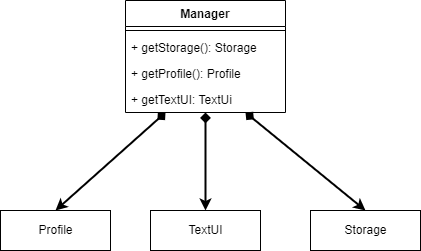
This is docs/images/developerguide/ManagerComponent.drawio.png from nus-cs2113-AY2122S2/tp, a draw.io export, as it was before one commit. Source tidied: cells renumbered, new cells last; positions are measured from the earlier drawing's top-left corner, leaving out a move shared by most shapes. The source it was exported from:
```xml
<mxGraphModel>
  <root>
    <mxCell id="0" />
    <mxCell id="1" parent="0" />
    <mxCell id="2" value="Profile" style="html=1;" parent="1" vertex="1">
      <mxGeometry y="210" width="110" height="40" as="geometry" />
    </mxCell>
    <mxCell id="3" value="TextUI" style="html=1;" parent="1" vertex="1">
      <mxGeometry x="150" y="210" width="110" height="40" as="geometry" />
    </mxCell>
    <mxCell id="4" value="Storage" style="html=1;" parent="1" vertex="1">
      <mxGeometry x="310" y="210" width="110" height="40" as="geometry" />
    </mxCell>
    <mxCell id="5" style="endArrow=diamond;startArrow=classic;html=1;rounded=0;strokeWidth=2;startFill=1;endFill=1;exitX=0.5;exitY=0;exitDx=0;exitDy=0;entryX=0.25;entryY=1;entryDx=0;entryDy=0;" parent="1" edge="1" source="2" target="8">
      <mxGeometry relative="1" as="geometry" />
    </mxCell>
    <mxCell id="6" style="endArrow=diamond;startArrow=classic;html=1;rounded=0;strokeWidth=2;startFill=1;endFill=1;exitX=0.5;exitY=0;exitDx=0;exitDy=0;entryX=0.5;entryY=1;entryDx=0;entryDy=0;" parent="1" edge="1" source="3" target="8">
      <mxGeometry relative="1" as="geometry" />
    </mxCell>
    <mxCell id="7" style="endArrow=diamond;startArrow=classic;html=1;rounded=0;strokeWidth=2;startFill=1;endFill=1;exitX=0.5;exitY=0;exitDx=0;exitDy=0;entryX=0.75;entryY=1;entryDx=0;entryDy=0;" parent="1" edge="1" source="4" target="8">
      <mxGeometry relative="1" as="geometry" />
    </mxCell>
    <mxCell id="8" value="Manager" style="swimlane;fontStyle=1;align=center;verticalAlign=top;horizontal=1;startSize=26;" parent="1" vertex="1">
      <mxGeometry x="125" width="160" height="112" as="geometry" />
    </mxCell>
    <mxCell id="9" style="line;strokeWidth=1;fillColor=none;align=left;verticalAlign=middle;spacingTop=-1;spacingLeft=3;spacingRight=3;labelPosition=right;" parent="8" vertex="1">
      <mxGeometry y="26" width="160" height="8" as="geometry" />
    </mxCell>
    <mxCell id="10" value="+ getStorage(): Storage" style="text;strokeColor=none;fillColor=none;align=left;verticalAlign=top;spacingLeft=4;spacingRight=4;overflow=hidden;points=[[0,0.5],[1,0.5]];portConstraint=eastwest;" parent="8" vertex="1">
      <mxGeometry y="34" width="160" height="26" as="geometry" />
    </mxCell>
    <mxCell id="11" value="+ getProfile(): Profile " style="text;strokeColor=none;fillColor=none;align=left;verticalAlign=top;spacingLeft=4;spacingRight=4;overflow=hidden;" parent="8" vertex="1">
      <mxGeometry y="60" width="160" height="26" as="geometry" />
    </mxCell>
    <mxCell id="12" value="+ getTextUI: TextUi" style="text;strokeColor=none;fillColor=none;align=left;verticalAlign=top;spacingLeft=4;spacingRight=4;overflow=hidden;" parent="8" vertex="1">
      <mxGeometry y="86" width="160" height="26" as="geometry" />
    </mxCell>
  </root>
</mxGraphModel>
```
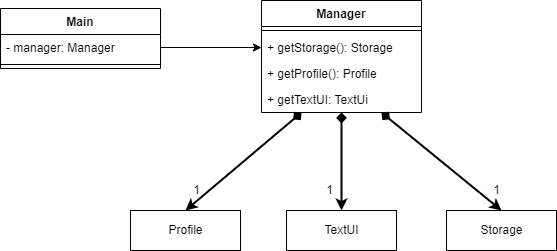
Later version of the same file.

Commit message:
Update ManagerComponent diagram for developer guide

What changed in the source:
```diff
@@ -2,9 +2,6 @@
   <root>
     <mxCell id="0" />
     <mxCell id="1" parent="0" />
-    <mxCell id="2" value="Profile" style="html=1;" parent="1" vertex="1">
-      <mxGeometry y="210" width="110" height="40" as="geometry" />
-    </mxCell>
     <mxCell id="3" value="TextUI" style="html=1;" parent="1" vertex="1">
       <mxGeometry x="150" y="210" width="110" height="40" as="geometry" />
     </mxCell>
@@ -35,5 +32,29 @@
     <mxCell id="12" value="+ getTextUI: TextUi" style="text;strokeColor=none;fillColor=none;align=left;verticalAlign=top;spacingLeft=4;spacingRight=4;overflow=hidden;" parent="8" vertex="1">
       <mxGeometry y="86" width="160" height="26" as="geometry" />
     </mxCell>
+    <mxCell id="13" value="1" style="text;html=1;align=center;verticalAlign=middle;strokeColor=none;fillColor=none;" parent="1" vertex="1">
+      <mxGeometry x="50" y="180" width="20" height="20" as="geometry" />
+    </mxCell>
+    <mxCell id="14" value="1" style="text;html=1;align=center;verticalAlign=middle;strokeColor=none;fillColor=none;" parent="1" vertex="1">
+      <mxGeometry x="183" y="180" width="20" height="20" as="geometry" />
+    </mxCell>
+    <mxCell id="15" value="1" style="text;html=1;align=center;verticalAlign=middle;strokeColor=none;fillColor=none;" parent="1" vertex="1">
+      <mxGeometry x="350" y="180" width="20" height="20" as="geometry" />
+    </mxCell>
+    <mxCell id="16" value="Main" style="swimlane;fontStyle=1;align=center;verticalAlign=top;horizontal=1;startSize=26;" parent="1" vertex="1">
+      <mxGeometry x="-136" y="8" width="160" height="60" as="geometry" />
+    </mxCell>
+    <mxCell id="17" value="- manager: Manager" style="text;strokeColor=none;fillColor=none;align=left;verticalAlign=top;spacingLeft=4;spacingRight=4;overflow=hidden;points=[[0,0.5],[1,0.5]];portConstraint=eastwest;" parent="16" vertex="1">
+      <mxGeometry y="26" width="160" height="26" as="geometry" />
+    </mxCell>
+    <mxCell id="18" style="line;strokeWidth=1;fillColor=none;align=left;verticalAlign=middle;spacingTop=-1;spacingLeft=3;spacingRight=3;labelPosition=right;" parent="16" vertex="1">
+      <mxGeometry y="52" width="160" height="8" as="geometry" />
+    </mxCell>
+    <mxCell id="19" style="endArrow=classic;html=1;rounded=0;exitX=1;exitY=0.5;exitDx=0;exitDy=0;endFill=1;entryX=0;entryY=0.5;entryDx=0;entryDy=0;" parent="1" edge="1" source="17" target="10">
+      <mxGeometry relative="1" as="geometry" />
+    </mxCell>
+    <mxCell id="2" value="Profile" style="html=1;" parent="1" vertex="1">
+      <mxGeometry x="-6" y="210" width="110" height="40" as="geometry" />
+    </mxCell>
   </root>
 </mxGraphModel>
```
